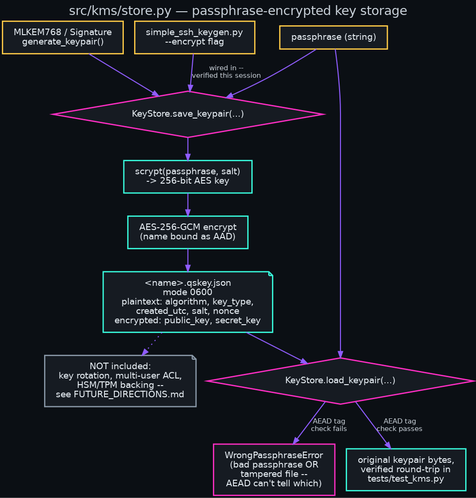
Before: diagrams/10-kms-store.png, a diagram exported from Graphviz (danindiana/quantum-shield). Its source is kept beside it as diagrams/10-kms-store.dot.
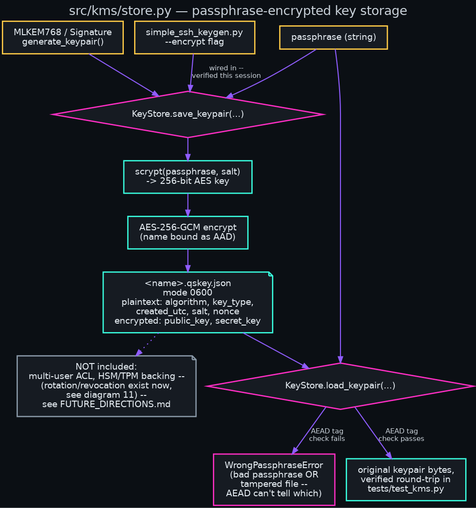
After the change.

What changed in the source:
```diff
@@ -22,7 +22,7 @@
   wrongpw [label="WrongPassphraseError\n(bad passphrase OR\ntampered file --\nAEAD can't tell which)", color="#ff2ec4"];
   correctpw [label="original keypair bytes,\nverified round-trip in\ntests/test_kms.py", color="#39ffe0"];
 
-  missing [label="NOT included:\nkey rotation, multi-user ACL,\nHSM/TPM backing --\nsee FUTURE_DIRECTIONS.md", shape=note, color="#8a99a8"];
+  missing [label="NOT included:\nmulti-user ACL, HSM/TPM backing --\n(rotation/revocation exist now,\nsee diagram 11) --\nsee FUTURE_DIRECTIONS.md", shape=note, color="#8a99a8"];
 
   keygen -> save;
   sshkeygen -> save [label="wired in --\nverified this session"];
```
